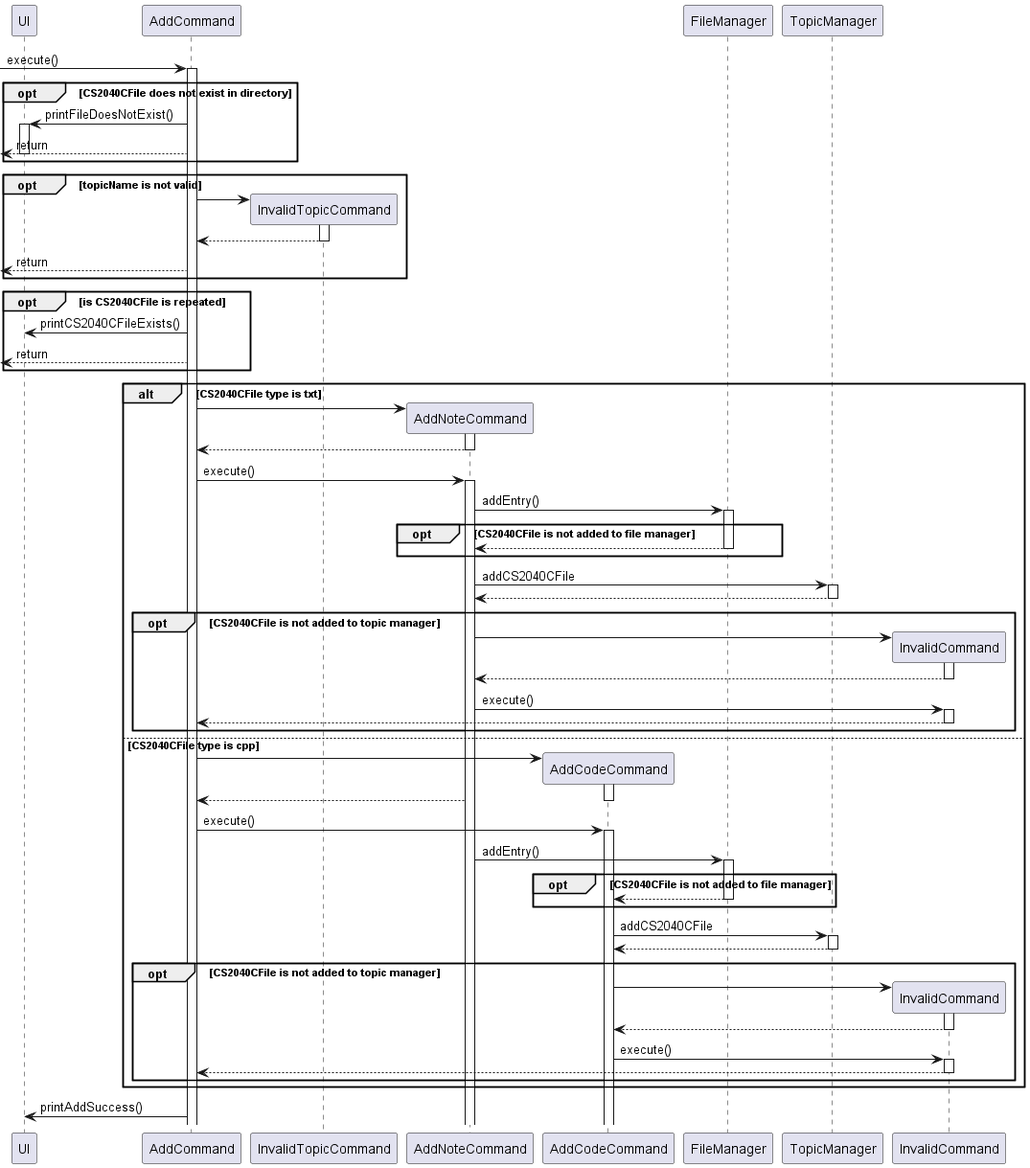
Before: docs/sequence/diagrams/AddFeature.png, a diagram exported from PlantUML (ong-ck/tp).
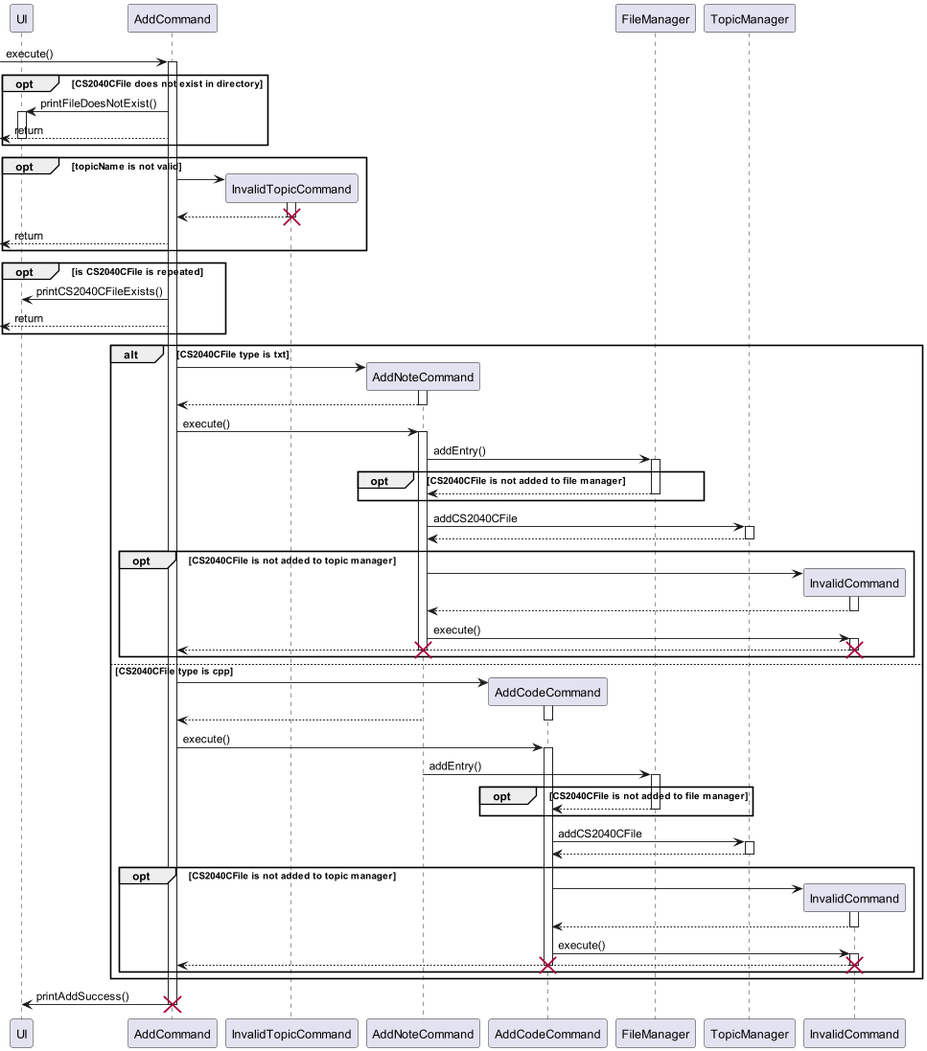
The same file after the commit.

Diff of the diagram source:
```diff
@@ -21,6 +21,7 @@
         activate it
         it --> a
         deactivate it
+        destroy it
         <-- a : return
     end
     opt is CS2040CFile is repeated
@@ -53,10 +54,13 @@
             ic --> an
             deactivate ic
 
+
             an -> ic : execute()
             activate ic
             ic --> a
             deactivate ic
+            destroy ic
+            destroy an
         end
     else CS2040CFile type is cpp
         a -> ac **
@@ -85,10 +89,13 @@
             activate ic
             ic --> a
             deactivate ic
+            destroy ic
+            destroy ac
         end
     end
 
 a -> ui : printAddSuccess()
+destroy a
 
 
 
```
